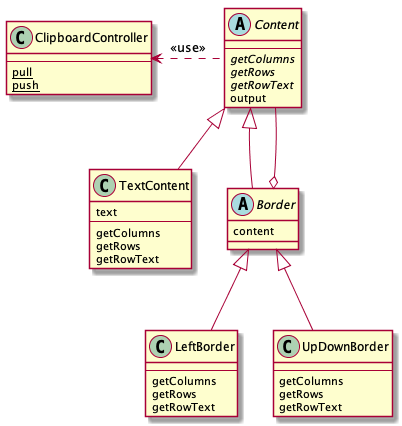
Above: doc/Decopy.png in ryokow/Decopy (PlantUML), before the change. The source it was exported from:
```plantuml
@startuml Decopy

abstract class Content {
    --
    {abstract} getColumns
    {abstract} getRows
    {abstract} getRowText
    output
}

class TextContent extends Content {
    text
    --
    getColumns
    getRows
    getRowText
}

abstract class Border extends Content {
    content
}

class LeftBorder extends Border {
    --
    getColumns
    getRows
    getRowText
}

class UpDownBorder extends Border {
    --
    getColumns
    getRows
    getRowText
}

class ClipboardController {
    --
    {static} pull
    {static} push
}

Content --o Border
Content -left..> ClipboardController : <<use>>

@enduml
```
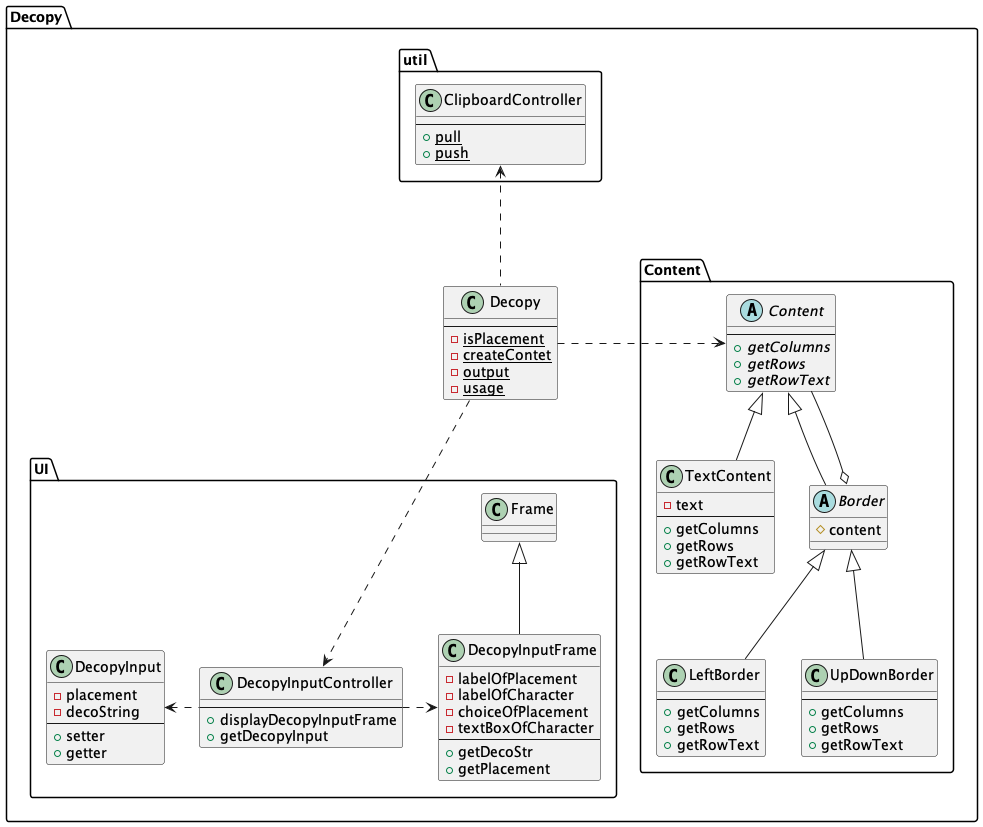
After the change.

Diff of the diagram source:
```diff
@@ -1,46 +1,90 @@
 @startuml Decopy
 
-abstract class Content {
-    --
-    {abstract} getColumns
-    {abstract} getRows
-    {abstract} getRowText
-    output
-}
+package Decopy{
+    Package Content {
+        abstract class Content {
+            --
+            + {abstract} getColumns
+            + {abstract} getRows
+            + {abstract} getRowText
+        }
 
-class TextContent extends Content {
-    text
-    --
-    getColumns
-    getRows
-    getRowText
-}
+        class TextContent extends Content {
+            - text
+            --
+            + getColumns
+            + getRows
+            + getRowText
+        }
 
-abstract class Border extends Content {
-    content
-}
+        abstract class Border extends Content {
+            # content
+        }
 
-class LeftBorder extends Border {
-    --
-    getColumns
-    getRows
-    getRowText
-}
+        class LeftBorder extends Border {
+            --
+            + getColumns
+            + getRows
+            + getRowText
+        }
 
-class UpDownBorder extends Border {
-    --
-    getColumns
-    getRows
-    getRowText
-}
+        class UpDownBorder extends Border {
+            --
+            + getColumns
+            + getRows
+            + getRowText
+        }
+    }
 
-class ClipboardController {
-    --
-    {static} pull
-    {static} push
+    package UI {
+        class DecopyInputController {
+            --
+            + displayDecopyInputFrame
+            + getDecopyInput
+        }
+
+        class DecopyInputFrame extends Frame{
+            - labelOfPlacement
+            - labelOfCharacter
+            - choiceOfPlacement
+            - textBoxOfCharacter
+            --
+            + getDecoStr
+            + getPlacement
+        }
+
+        class DecopyInput{
+        - placement
+        - decoString
+        --
+        + setter
+        + getter
+        }
+    }
+
+    package util {
+        class ClipboardController {
+        --
+        + {static} pull
+        + {static} push
+        }
+    }
+
+    class Decopy {
+        --
+        - {static} isPlacement
+        - {static} createContet
+        - {static} output
+        - {static} usage
+    }
 }
 
 Content --o Border
-Content -left..> ClipboardController : <<use>>
+Decopy -up..> ClipboardController
+Decopy -right..> Content
+Decopy -down..> DecopyInputController
+DecopyInputController -right..> DecopyInputFrame
+DecopyInputController -left..> DecopyInput
+
 
 @enduml
```
